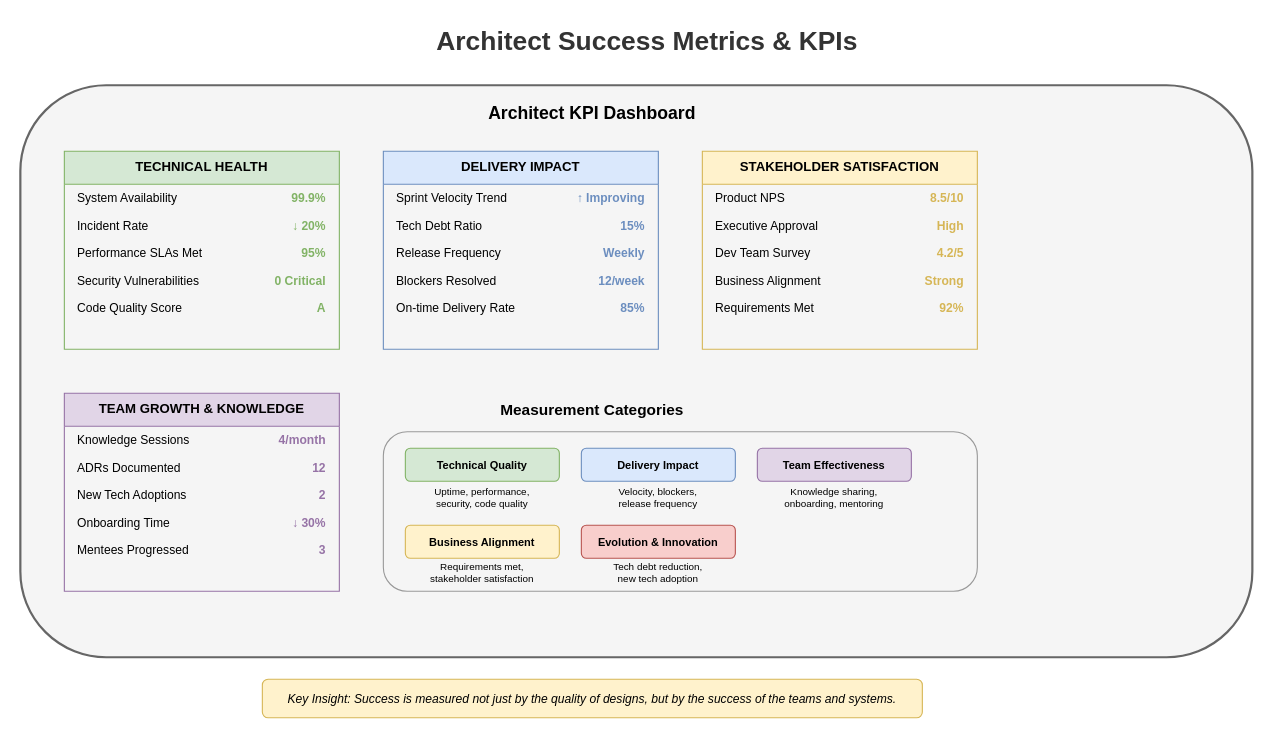
The draw.io diagram lesson-00-software-architect-overview/diagrams/4.1-success-metrics-kpis.drawio in MrParkerZ7/document-lesson-software-architect-x-claude, before the edit. Source tidied: cells renumbered, new cells numbered last; positions are measured from the earlier drawing's top-left corner, leaving out a move shared by most shapes. Both pictures are drawn from the tidied source at 110%, with x=0, y=0 at pixel (20, 19).
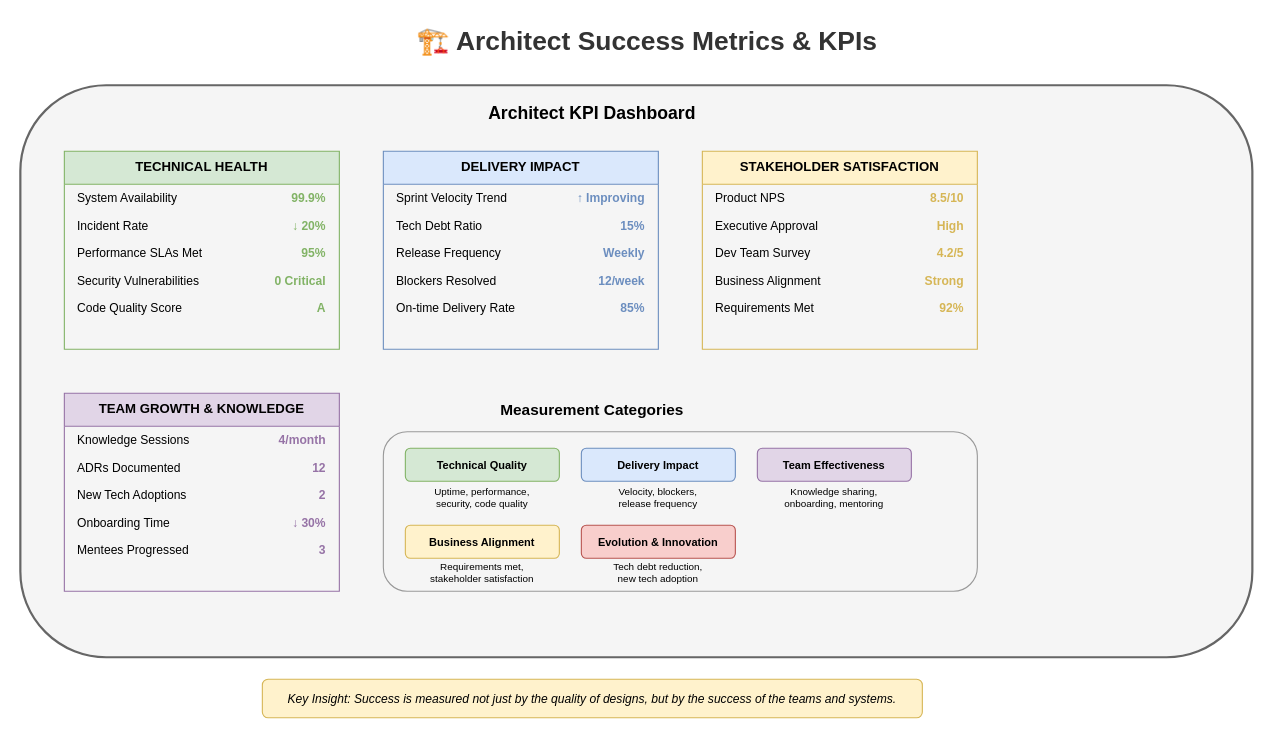
Above is the later version.

Diff of the diagram source:
```diff
@@
-    <mxCell id="2" value="Architect Success Metrics &amp; KPIs" style="text;html=1;strokeColor=none;fillColor=none;align=center;verticalAlign=middle;whiteSpace=wrap;rounded=0;fontSize=24;fontStyle=1;fontColor=#333333;" parent="1" vertex="1">
+    <mxCell id="2" value="🏗️ Architect Success Metrics &amp; KPIs" style="text;html=1;strokeColor=none;fillColor=none;align=center;verticalAlign=middle;whiteSpace=wrap;rounded=0;fontSize=24;fontStyle=1;fontColor=#333333;" parent="1" vertex="1">
       <mxGeometry x="320" width="500" height="40" as="geometry" />
     </mxCell>
```
